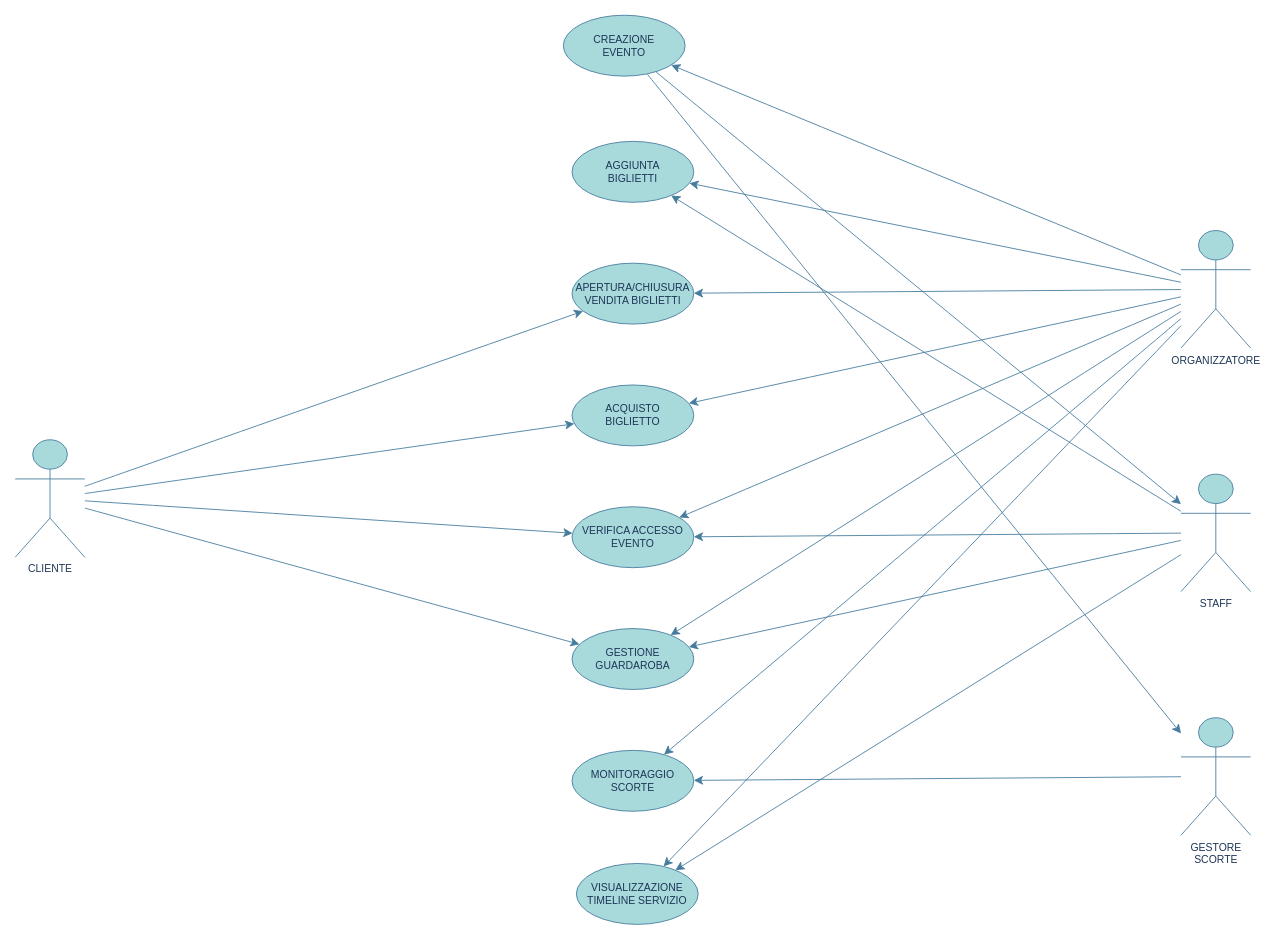
The draw.io diagram Documentazione/Diagrammi/Draw.io/1 - Diagramma Casi d'uso.drawio in IngSW-unipv/Progetto-H25, before the edit. Source tidied: cells renumbered, new cells numbered last; positions are measured from the earlier drawing's top-left corner, leaving out a move shared by most shapes. Both pictures are drawn from the tidied source at 87%, with x=0, y=0 at pixel (15, 15).
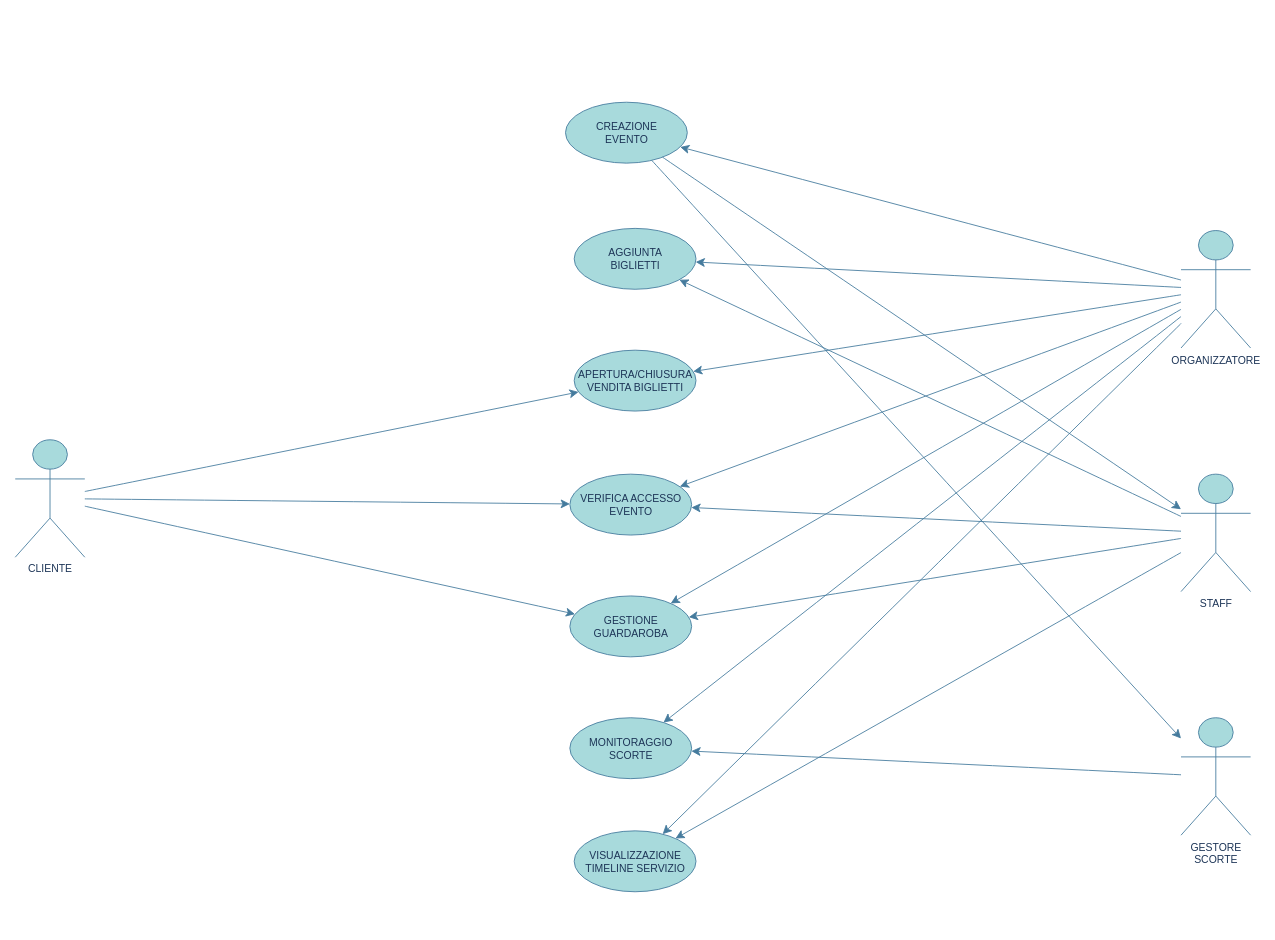
The same diagram, later.

Unchanged cells that the change refers to:
```xml
<mxCell id="11" value="CLIENTE" style="shape=umlActor;verticalLabelPosition=bottom;verticalAlign=top;html=1;labelBackgroundColor=none;fillColor=#A8DADC;strokeColor=#457B9D;fontColor=#1D3557;" parent="1" vertex="1">
  <mxGeometry y="488" width="80" height="135" as="geometry" />
</mxCell>
<mxCell id="14" value="ORGANIZZATORE" style="shape=umlActor;verticalLabelPosition=bottom;verticalAlign=top;html=1;labelBackgroundColor=none;fillColor=#A8DADC;strokeColor=#457B9D;fontColor=#1D3557;" parent="1" vertex="1">
  <mxGeometry x="1340" y="247.5" width="80" height="135" as="geometry" />
</mxCell>
```

What changed in the source:
```diff
@@
     <mxCell id="2" value="CREAZIONE&lt;div&gt;EVENTO&lt;/div&gt;" style="ellipse;whiteSpace=wrap;html=1;labelBackgroundColor=none;fillColor=#A8DADC;strokeColor=#457B9D;fontColor=#1D3557;" parent="1" vertex="1">
-      <mxGeometry x="630" width="140" height="70" as="geometry" />
+      <mxGeometry x="632.5" y="100" width="140" height="70" as="geometry" />
     </mxCell>
     <mxCell id="3" value="AGGIUNTA&lt;div&gt;BIGLIETTI&lt;/div&gt;" style="ellipse;whiteSpace=wrap;html=1;labelBackgroundColor=none;fillColor=#A8DADC;strokeColor=#457B9D;fontColor=#1D3557;" parent="1" vertex="1">
-      <mxGeometry x="640" y="145" width="140" height="70" as="geometry" />
+      <mxGeometry x="642.5" y="245" width="140" height="70" as="geometry" />
     </mxCell>
     <mxCell id="4" value="APERTURA/CHIUSURA&lt;div&gt;VENDITA BIGLIETTI&lt;/div&gt;" style="ellipse;whiteSpace=wrap;html=1;labelBackgroundColor=none;fillColor=#A8DADC;strokeColor=#457B9D;fontColor=#1D3557;" parent="1" vertex="1">
-      <mxGeometry x="640" y="285" width="140" height="70" as="geometry" />
+      <mxGeometry x="642.5" y="385" width="140" height="70" as="geometry" />
     </mxCell>
-    <mxCell id="5" value="ACQUISTO&lt;div&gt;BIGLIETTO&lt;/div&gt;" style="ellipse;whiteSpace=wrap;html=1;labelBackgroundColor=none;fillColor=#A8DADC;strokeColor=#457B9D;fontColor=#1D3557;" parent="1" vertex="1">
-      <mxGeometry x="640" y="425" width="140" height="70" as="geometry" />
-    </mxCell>
     <mxCell id="6" value="VERIFICA ACCESSO&lt;div&gt;EVENTO&lt;/div&gt;" style="ellipse;whiteSpace=wrap;html=1;labelBackgroundColor=none;fillColor=#A8DADC;strokeColor=#457B9D;fontColor=#1D3557;" parent="1" vertex="1">
-      <mxGeometry x="640" y="565" width="140" height="70" as="geometry" />
+      <mxGeometry x="637.5" y="527.5" width="140" height="70" as="geometry" />
     </mxCell>
     <mxCell id="7" value="GESTIONE&lt;div&gt;GUARDAROBA&lt;/div&gt;" style="ellipse;whiteSpace=wrap;html=1;labelBackgroundColor=none;fillColor=#A8DADC;strokeColor=#457B9D;fontColor=#1D3557;" parent="1" vertex="1">
-      <mxGeometry x="640" y="705" width="140" height="70" as="geometry" />
+      <mxGeometry x="637.5" y="667.5" width="140" height="70" as="geometry" />
     </mxCell>
     <mxCell id="8" value="MONITORAGGIO&lt;div&gt;SCORTE&lt;/div&gt;" style="ellipse;whiteSpace=wrap;html=1;labelBackgroundColor=none;fillColor=#A8DADC;strokeColor=#457B9D;fontColor=#1D3557;" parent="1" vertex="1">
-      <mxGeometry x="640" y="845" width="140" height="70" as="geometry" />
+      <mxGeometry x="637.5" y="807.5" width="140" height="70" as="geometry" />
     </mxCell>
     <mxCell id="9" value="VISUALIZZAZIONE&lt;div&gt;TIMELINE SERVIZIO&lt;/div&gt;" style="ellipse;whiteSpace=wrap;html=1;labelBackgroundColor=none;fillColor=#A8DADC;strokeColor=#457B9D;fontColor=#1D3557;" parent="1" vertex="1">
-      <mxGeometry x="645" y="975" width="140" height="70" as="geometry" />
+      <mxGeometry x="642.5" y="937.5" width="140" height="70" as="geometry" />
     </mxCell>
@@
-    <mxCell id="16" style="edgeStyle=none;curved=1;rounded=0;jettySize=auto;html=1;fontSize=12;startSize=8;endSize=8;labelBackgroundColor=none;strokeColor=#457B9D;fontColor=default;" parent="1" edge="1" source="11" target="5">
-      <mxGeometry relative="1" as="geometry" />
-    </mxCell>
@@
-    <mxCell id="21" style="edgeStyle=none;curved=1;rounded=0;jettySize=auto;html=1;fontSize=12;startSize=8;endSize=8;labelBackgroundColor=none;strokeColor=#457B9D;fontColor=default;" parent="1" edge="1" source="14" target="5">
-      <mxGeometry relative="1" as="geometry" />
-    </mxCell>
```
